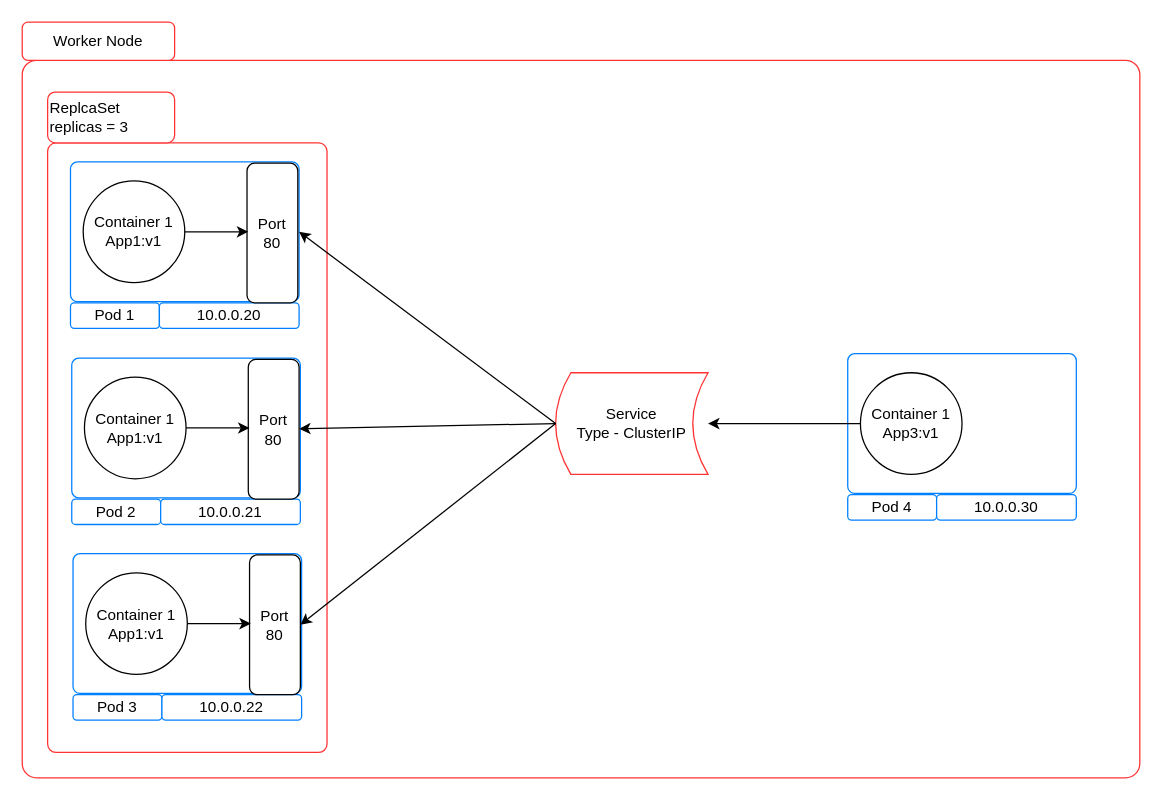
This is page "Service-1" (10 of 13) of kubernetes-basics.drawio from prabhatsharma/draw.io, a draw.io file, before an edit. Source tidied: cells renumbered, new cells numbered last; positions are measured from the earlier drawing's top-left corner, leaving out a move shared by most shapes. Both pictures are drawn from the tidied source at 127%, with x=0, y=0 at pixel (22, 22).
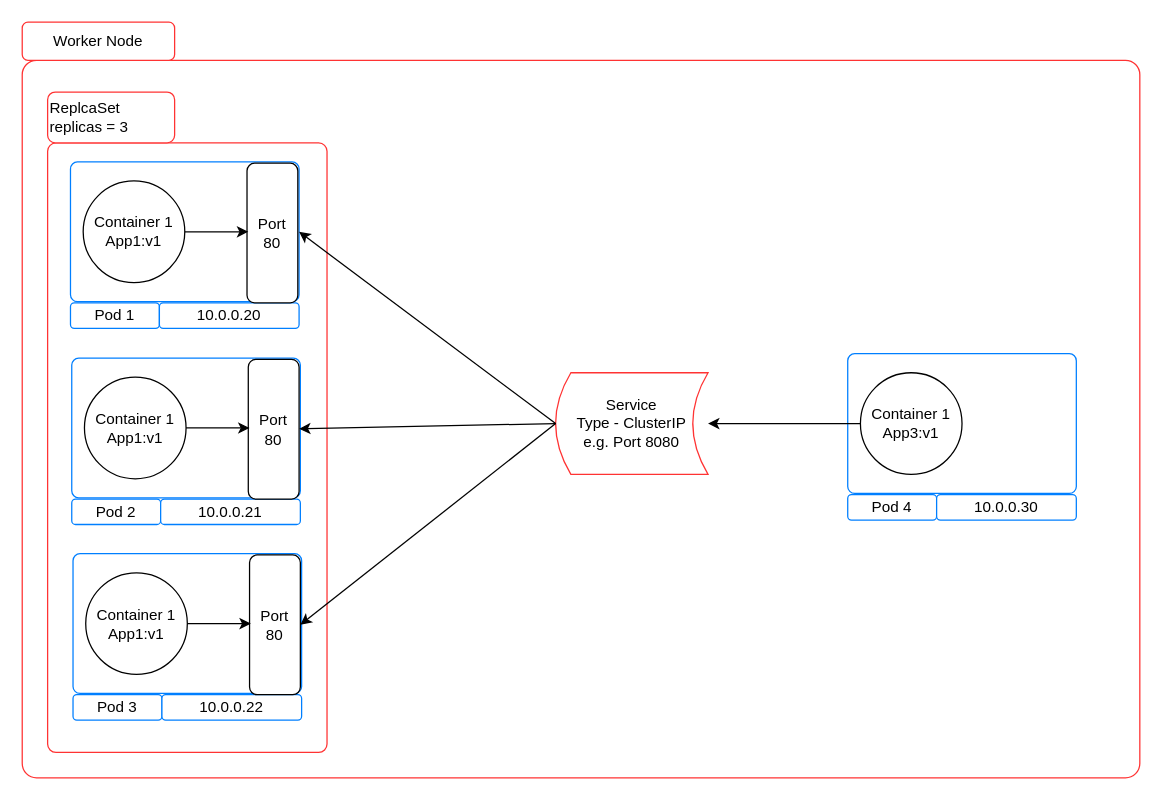
Above is the later version.

The edit, as a diff of the source:
```diff
@@
-    <mxCell id="28" value="Service&lt;br&gt;Type - ClusterIP" style="shape=dataStorage;whiteSpace=wrap;html=1;strokeColor=#FF3333;" parent="1" vertex="1">
+    <mxCell id="28" value="Service&lt;br&gt;Type - ClusterIP&lt;br&gt;e.g. Port 8080" style="shape=dataStorage;whiteSpace=wrap;html=1;strokeColor=#FF3333;" parent="1" vertex="1">
       <mxGeometry x="420" y="276" width="120" height="80" as="geometry" />
     </mxCell>
```
